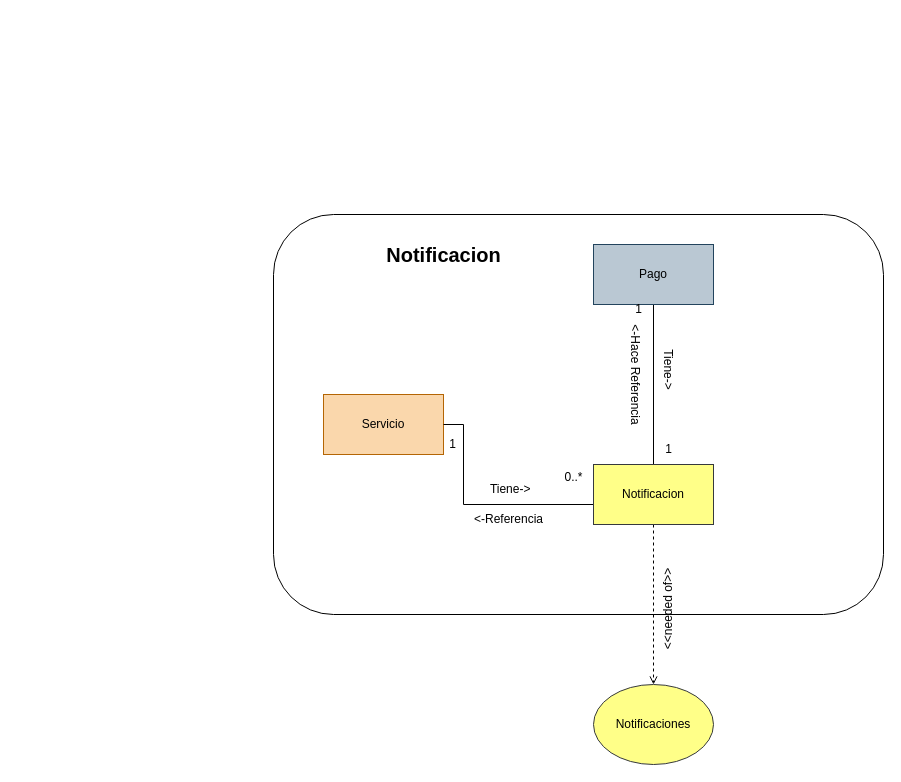
This is page "4.9 Notificacion- ModeloDominioAcotado" (12 of 12) of SpaOnline/ModeloDominioSpa.drawio from cristianospina/DOO, a draw.io file, before an edit. Source tidied: cells renumbered, new cells numbered last; positions are measured from the earlier drawing's top-left corner, leaving out a move shared by most shapes. Both pictures are drawn from the tidied source at 100%, with x=0, y=0 at pixel (273, 214).
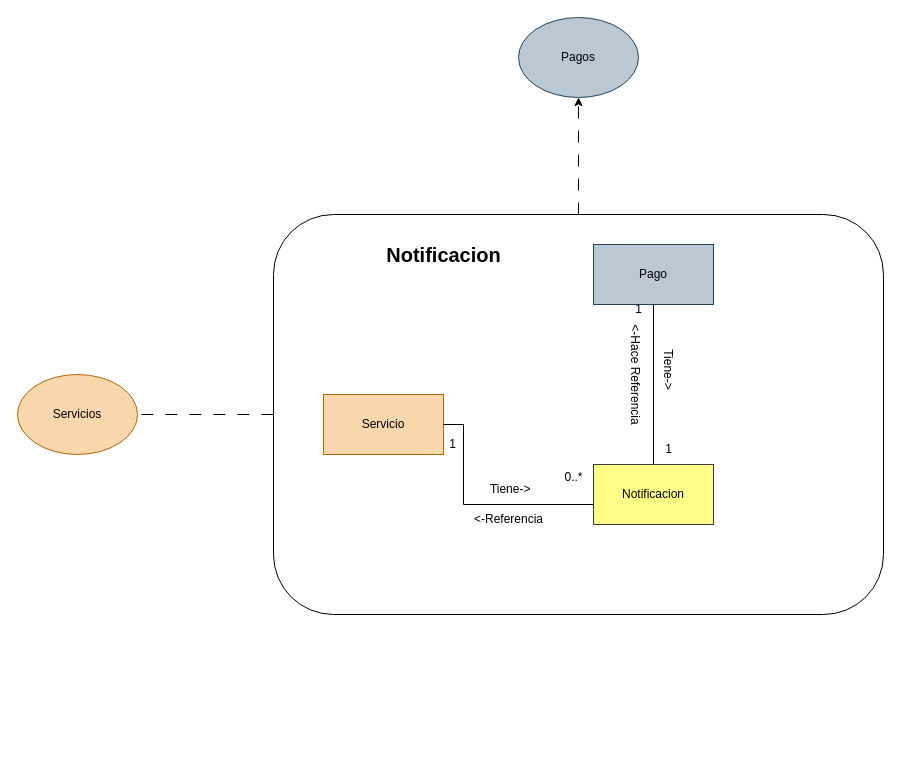
Above is the later version.

Unchanged cells that the change refers to:
```xml
<mxCell id="2" style="rounded=1;whiteSpace=wrap;html=1;" parent="1" vertex="1">
  <mxGeometry width="610" height="400" as="geometry" />
</mxCell>
<mxCell id="9" value="Notificacion" style="rounded=0;whiteSpace=wrap;html=1;fillColor=#ffff88;strokeColor=#36393d;" parent="1" vertex="1">
  <mxGeometry x="320" y="250" width="120" height="60" as="geometry" />
</mxCell>
```

Change to the diagram source:
```diff
@@
+    <mxCell id="20" style="edgeStyle=orthogonalEdgeStyle;rounded=0;jettySize=auto;html=1;endArrow=none;endFill=0;dashed=1;dashPattern=12 12;" parent="1" edge="1" source="2" target="22">
+      <mxGeometry relative="1" as="geometry" />
+    </mxCell>
+    <mxCell id="21" style="edgeStyle=orthogonalEdgeStyle;rounded=0;jettySize=auto;html=1;entryX=0.5;entryY=1;entryDx=0;entryDy=0;dashed=1;dashPattern=12 12;" parent="1" edge="1" source="2" target="23">
+      <mxGeometry relative="1" as="geometry" />
+    </mxCell>
@@
-    <mxCell id="3" value="Notificaciones" style="ellipse;whiteSpace=wrap;html=1;fillColor=#ffff88;strokeColor=#36393d;" parent="1" vertex="1">
-      <mxGeometry x="320" y="470" width="120" height="80" as="geometry" />
-    </mxCell>
@@
-    <mxCell id="8" style="edgeStyle=orthogonalEdgeStyle;rounded=0;jettySize=auto;html=1;dashed=1;endArrow=open;endFill=0;" parent="1" edge="1" source="9" target="3">
-      <mxGeometry relative="1" as="geometry" />
-    </mxCell>
@@
-    <mxCell id="19" value="&amp;lt;&amp;lt;needed of&amp;gt;&amp;gt;" style="text;html=1;align=center;verticalAlign=middle;strokeColor=none;fillColor=none;rotation=-90;" parent="1" vertex="1">
-      <mxGeometry x="345" y="380" width="100" height="30" as="geometry" />
-    </mxCell>
+    <mxCell id="22" value="Servicios" style="ellipse;whiteSpace=wrap;html=1;fillColor=#fad7ac;strokeColor=#b46504;" parent="1" vertex="1">
+      <mxGeometry x="-256" y="160" width="120" height="80" as="geometry" />
+    </mxCell>
+    <mxCell id="23" value="Pagos" style="ellipse;whiteSpace=wrap;html=1;fillColor=#bac8d3;strokeColor=#23445d;" parent="1" vertex="1">
+      <mxGeometry x="245" y="-197" width="120" height="80" as="geometry" />
+    </mxCell>
```
